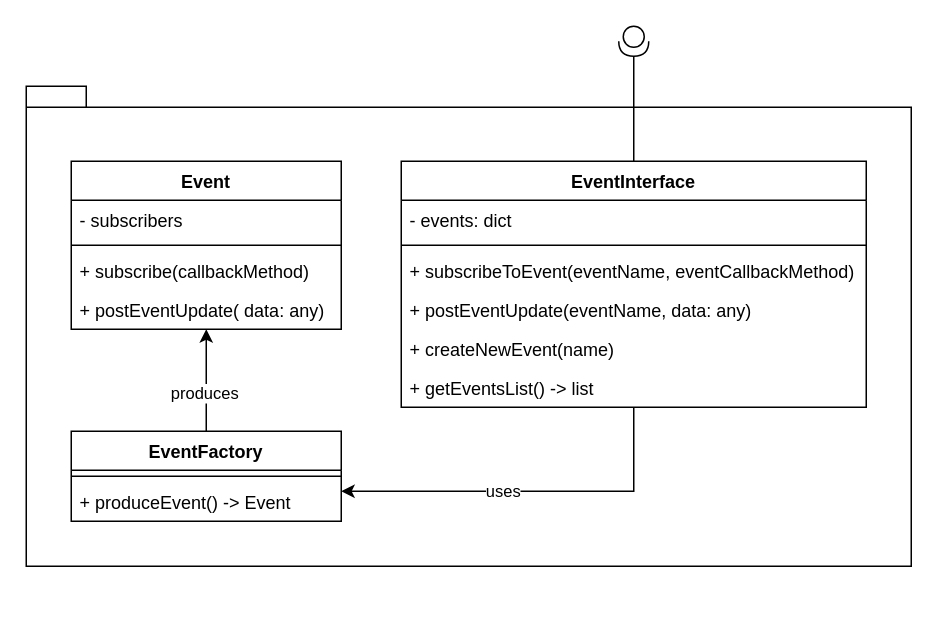
Before: Events/Architecture/EventManager.drawio in Uhgtred/Car_Infotainment_System, a draw.io diagram. Source tidied: cells renumbered, new cells numbered last; positions are measured from the earlier drawing's top-left corner, leaving out a move shared by most shapes. Both pictures are drawn from the tidied source at 150%, with x=0, y=0 at pixel (26, 26).
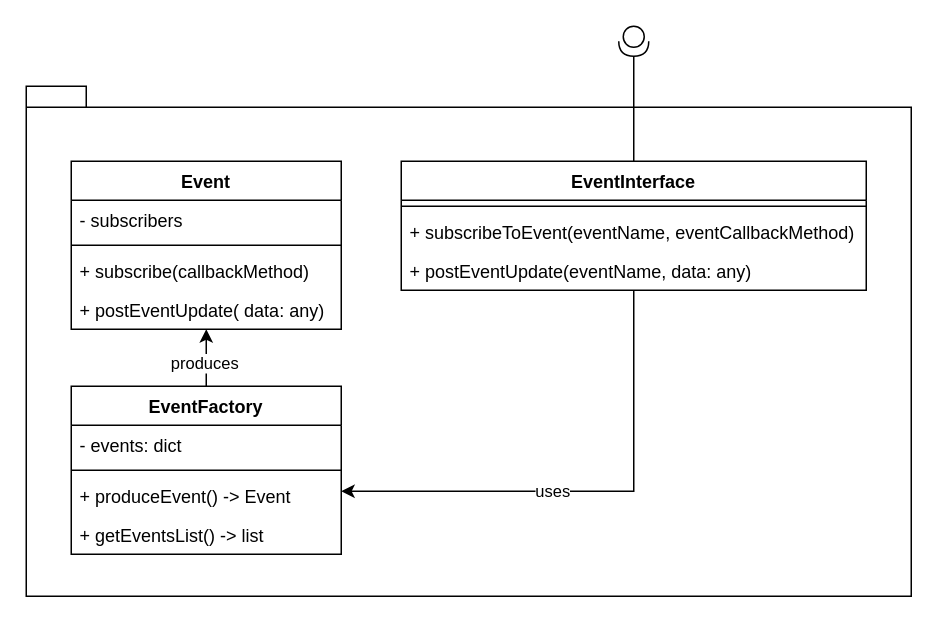
The same diagram, later.

The edit, as a diff of the source:
```diff
@@
     <mxCell id="2" style="shape=folder;fontStyle=1;spacingTop=10;tabWidth=40;tabHeight=14;tabPosition=left;html=1;" parent="1" vertex="1">
-      <mxGeometry y="40" width="590" height="320" as="geometry" />
+      <mxGeometry y="40" width="590" height="340" as="geometry" />
     </mxCell>
@@
     <mxCell id="10" value="EventInterface" style="swimlane;fontStyle=1;align=center;verticalAlign=top;horizontal=1;startSize=26;" parent="1" vertex="1">
-      <mxGeometry x="250" y="90" width="310" height="164" as="geometry" />
+      <mxGeometry x="250" y="90" width="310" height="86" as="geometry" />
     </mxCell>
-    <mxCell id="11" value="- events: dict" style="text;strokeColor=none;fillColor=none;align=left;verticalAlign=top;spacingLeft=4;spacingRight=4;overflow=hidden;" parent="10" vertex="1">
-      <mxGeometry y="26" width="310" height="26" as="geometry" />
-    </mxCell>
     <mxCell id="12" style="line;strokeWidth=1;fillColor=none;align=left;verticalAlign=middle;spacingTop=-1;spacingLeft=3;spacingRight=3;labelPosition=right;strokeColor=inherit;" parent="10" vertex="1">
-      <mxGeometry y="52" width="310" height="8" as="geometry" />
+      <mxGeometry y="26" width="310" height="8" as="geometry" />
     </mxCell>
     <mxCell id="13" value="+ subscribeToEvent(eventName, eventCallbackMethod)" style="text;strokeColor=none;fillColor=none;align=left;verticalAlign=top;spacingLeft=4;spacingRight=4;overflow=hidden;" parent="10" vertex="1">
-      <mxGeometry y="60" width="310" height="26" as="geometry" />
+      <mxGeometry y="34" width="310" height="26" as="geometry" />
     </mxCell>
     <mxCell id="14" value="+ postEventUpdate(eventName, data: any)" style="text;strokeColor=none;fillColor=none;align=left;verticalAlign=top;spacingLeft=4;spacingRight=4;overflow=hidden;" parent="10" vertex="1">
-      <mxGeometry y="86" width="310" height="26" as="geometry" />
+      <mxGeometry y="60" width="310" height="26" as="geometry" />
     </mxCell>
-    <mxCell id="15" value="+ createNewEvent(name)" style="text;strokeColor=none;fillColor=none;align=left;verticalAlign=top;spacingLeft=4;spacingRight=4;overflow=hidden;" parent="10" vertex="1">
-      <mxGeometry y="112" width="310" height="26" as="geometry" />
-    </mxCell>
-    <mxCell id="16" value="+ getEventsList() -&gt; list" style="text;strokeColor=none;fillColor=none;align=left;verticalAlign=top;spacingLeft=4;spacingRight=4;overflow=hidden;" parent="10" vertex="1">
-      <mxGeometry y="138" width="310" height="26" as="geometry" />
-    </mxCell>
@@
     <mxCell id="21" value="EventFactory" style="swimlane;fontStyle=1;align=center;verticalAlign=top;horizontal=1;startSize=26;" parent="1" vertex="1">
-      <mxGeometry x="30" y="270" width="180" height="60" as="geometry" />
+      <mxGeometry x="30" y="240" width="180" height="112" as="geometry" />
     </mxCell>
+    <mxCell id="11" value="- events: dict" style="text;strokeColor=none;fillColor=none;align=left;verticalAlign=top;spacingLeft=4;spacingRight=4;overflow=hidden;" parent="21" vertex="1">
+      <mxGeometry y="26" width="180" height="26" as="geometry" />
+    </mxCell>
     <mxCell id="22" style="line;strokeWidth=1;fillColor=none;align=left;verticalAlign=middle;spacingTop=-1;spacingLeft=3;spacingRight=3;labelPosition=right;strokeColor=inherit;" parent="21" vertex="1">
-      <mxGeometry y="26" width="180" height="8" as="geometry" />
+      <mxGeometry y="52" width="180" height="8" as="geometry" />
     </mxCell>
     <mxCell id="23" value="+ produceEvent() -&gt; Event" style="text;strokeColor=none;fillColor=none;align=left;verticalAlign=top;spacingLeft=4;spacingRight=4;overflow=hidden;" parent="21" vertex="1">
-      <mxGeometry y="34" width="180" height="26" as="geometry" />
+      <mxGeometry y="60" width="180" height="26" as="geometry" />
     </mxCell>
+    <mxCell id="16" value="+ getEventsList() -&gt; list" style="text;strokeColor=none;fillColor=none;align=left;verticalAlign=top;spacingLeft=4;spacingRight=4;overflow=hidden;" parent="21" vertex="1">
+      <mxGeometry y="86" width="180" height="26" as="geometry" />
+    </mxCell>
```
